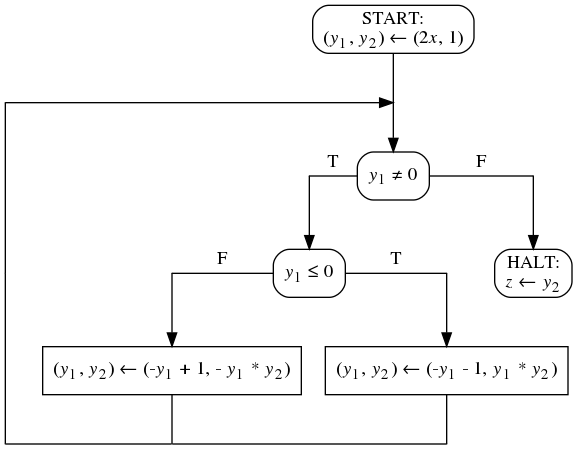
Above: exercises/x2_fig2.png in fmcourse/fmcourse.github.io (Graphviz), before the change. Its source is kept beside it as exercises/x2_fig2.dot. The source it was exported from:
```dot
digraph G{
/* nodes by levels */
node[shape=rectangle];
START[style=rounded, label=<START:<br/>(<i>y</i><sub>1</sub>, <i>y</i><sub>2</sub>) &larr; (2<i>x</i>, 1)>];
TEST1[style=rounded, label=<<i>y</i><sub>1</sub> &ne; 0>];
TEST2[style=rounded, label=<<i>y</i><sub>1</sub> &le; 0>];
ASSIGN1[label=<(<i>y</i><sub>1</sub>, <i>y</i><sub>2</sub>) &larr; (-<i>y</i><sub>1</sub> - 1, <i>y</i><sub>1</sub> * <i>y</i><sub>2</sub>)>];
ASSIGN2[label=<(<i>y</i><sub>1</sub>, <i>y</i><sub>2</sub>) &larr; (-<i>y</i><sub>1</sub> + 1, - <i>y</i><sub>1</sub> * <i>y</i><sub>2</sub>)>];
HALT[style=rounded, label=<HALT:<br/><i>z</i> &larr; <i>y</i><sub>2</sub>>];

/* edges */
node [shape=point, width=0];
START -> p2 [weight=8, arrowhead=none]; p2 -> TEST1 [weight=8];
{rank = same; p1 -> p2; }
p1 -> p10 [weight=8, arrowhead=none];
{rank = same; p3 -> TEST1 [label="T", arrowhead=none]; TEST1 -> p4 [label="F", arrowhead=none]; }
p3 -> TEST2 [weight=8];
p4 -> HALT [weight=8];

p10 -> p5 [weight=8, style="invis"];
p5 -> TEST2 [label="F", arrowhead=none];
TEST2 -> p6 [label="T", arrowhead=none];
p6 -> HALT [weight=8, style="invis"];
{rank = same; p10; p5; TEST2; p6; HALT; }
p5 -> ASSIGN2 [weight=12];
p6 -> ASSIGN1 [weight=8];
p10 -> p7 [weight=10, arrowhead=none];
{rank=same; ASSIGN2; ASSIGN1; }
ASSIGN2 -> p8 [weight=8, arrowhead=none];
ASSIGN1 -> p9 [weight=8, arrowhead=none];
{ rank=same; p7 -> p8 [arrowhead=none]; p8 -> p9 [arrowhead=none]; }
}
```
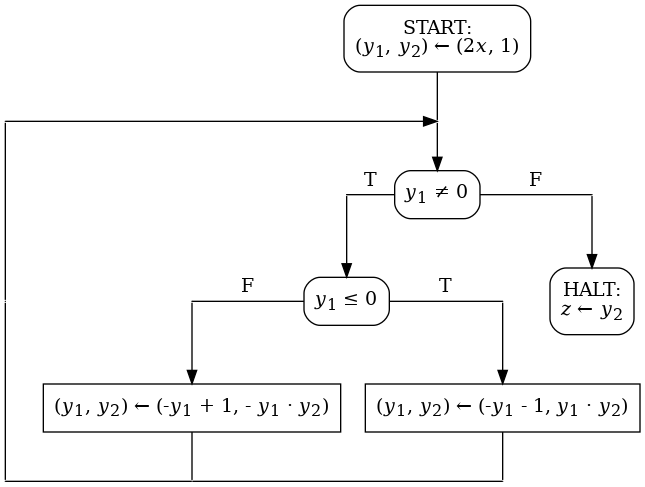
Later version of the same file.

Diff of the diagram source:
```diff
@@ -1,12 +1,12 @@
 digraph G{
 /* nodes by levels */
 node[shape=rectangle];
-START[style=rounded, label=<START:<br/>(<i>y</i><sub>1</sub>, <i>y</i><sub>2</sub>) &larr; (2<i>x</i>, 1)>];
+START[style=rounded, height=0.7, label=<START:<br/>(<i>y</i><sub>1</sub>, <i>y</i><sub>2</sub>) &larr; (2<i>x</i>, 1)>];
 TEST1[style=rounded, label=<<i>y</i><sub>1</sub> &ne; 0>];
 TEST2[style=rounded, label=<<i>y</i><sub>1</sub> &le; 0>];
-ASSIGN1[label=<(<i>y</i><sub>1</sub>, <i>y</i><sub>2</sub>) &larr; (-<i>y</i><sub>1</sub> - 1, <i>y</i><sub>1</sub> * <i>y</i><sub>2</sub>)>];
-ASSIGN2[label=<(<i>y</i><sub>1</sub>, <i>y</i><sub>2</sub>) &larr; (-<i>y</i><sub>1</sub> + 1, - <i>y</i><sub>1</sub> * <i>y</i><sub>2</sub>)>];
-HALT[style=rounded, label=<HALT:<br/><i>z</i> &larr; <i>y</i><sub>2</sub>>];
+ASSIGN1[label=<(<i>y</i><sub>1</sub>, <i>y</i><sub>2</sub>) &larr; (-<i>y</i><sub>1</sub> - 1, <i>y</i><sub>1</sub> &middot; <i>y</i><sub>2</sub>)>];
+ASSIGN2[label=<(<i>y</i><sub>1</sub>, <i>y</i><sub>2</sub>) &larr; (-<i>y</i><sub>1</sub> + 1, - <i>y</i><sub>1</sub> &middot; <i>y</i><sub>2</sub>)>];
+HALT[style=rounded, height=0.7, label=<HALT:<br/><i>z</i> &larr; <i>y</i><sub>2</sub>>];
 
 /* edges */
 node [shape=point, width=0];
```
